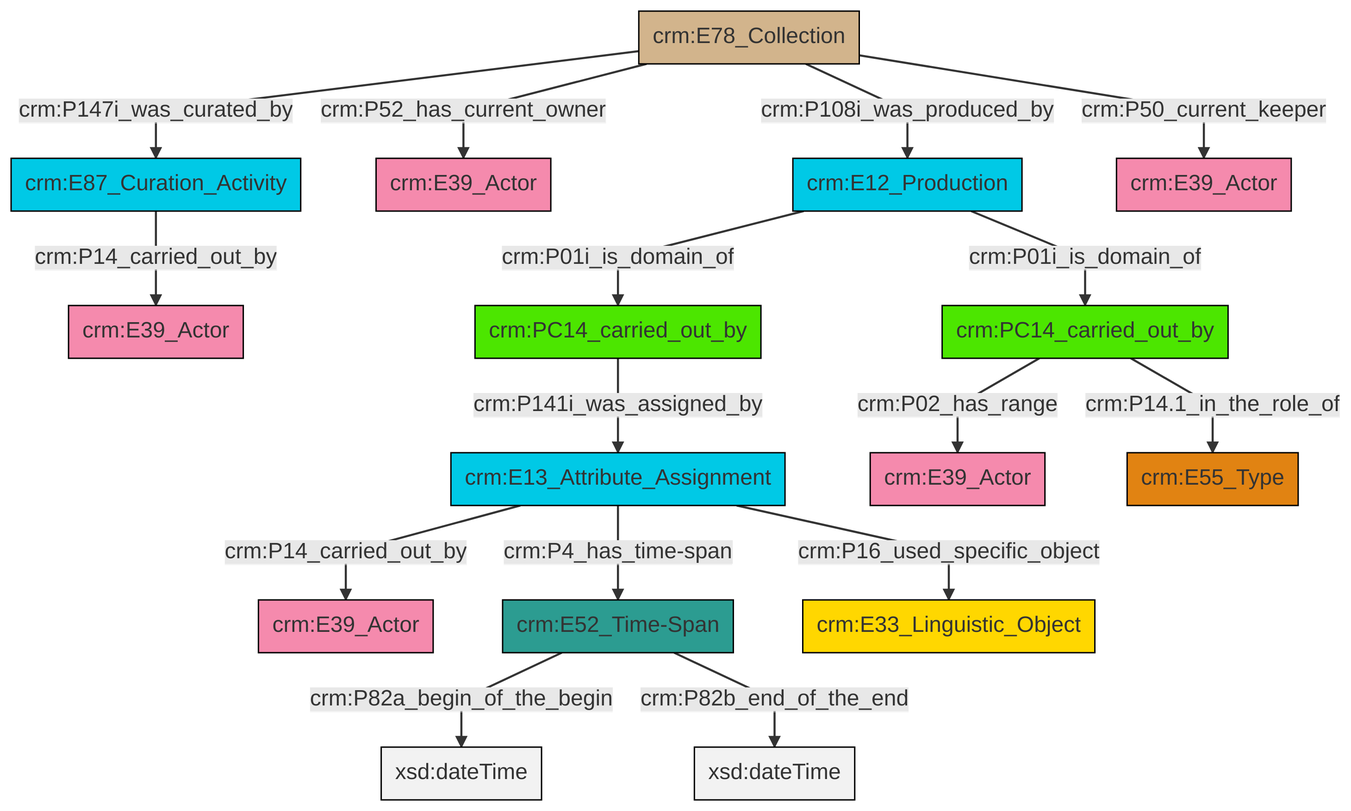
Before: et/archivalCSV/ttl/mmd/png/archival_relation.png, a diagram exported from Mermaid (swiss-art-research-net/docs.swissartresearch). Its source is kept beside it as et/archivalCSV/ttl/mmd/archival_relation.ttl.mmd.
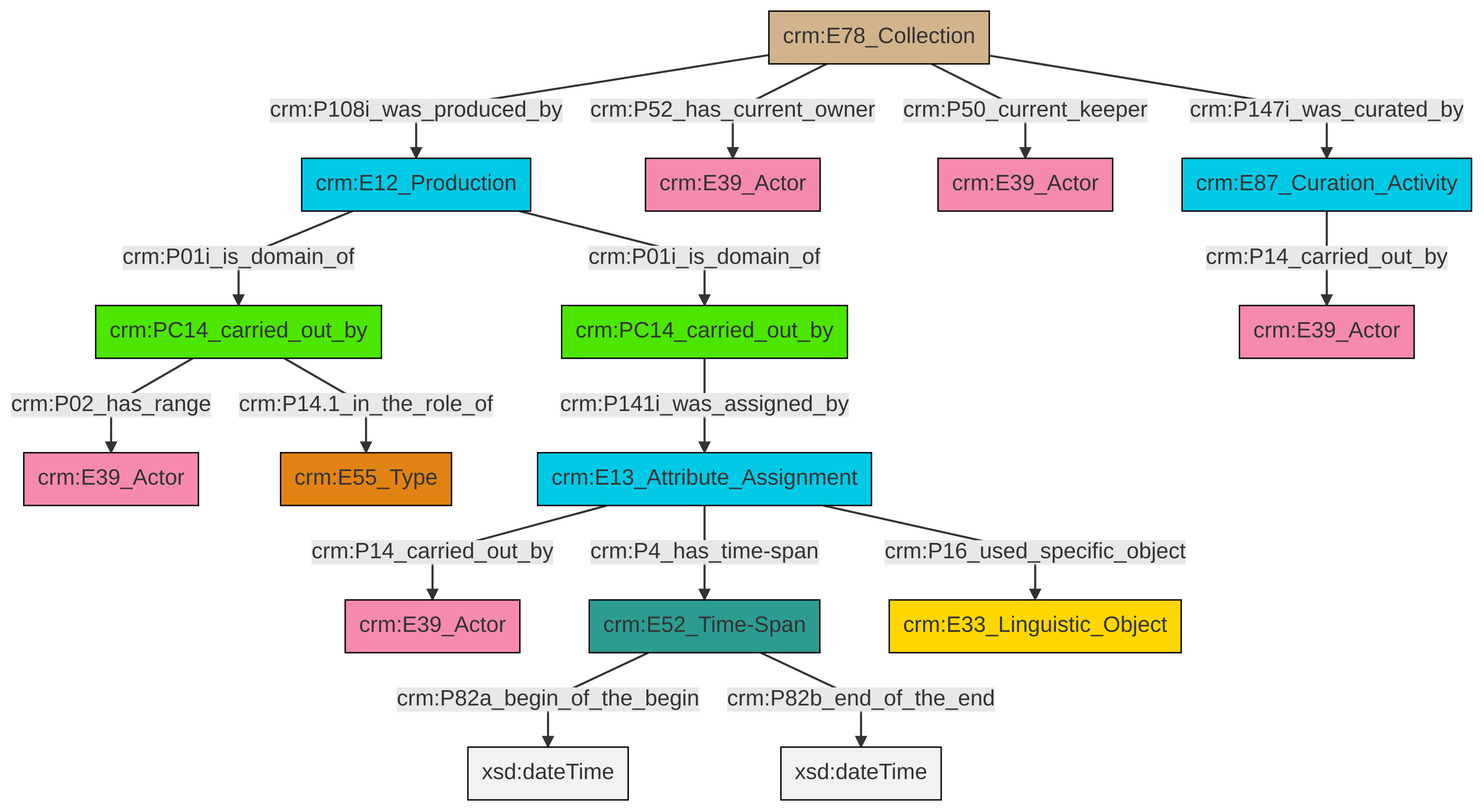
The same diagram one commit later.

What changed in the source:
```diff
@@ -13,18 +13,18 @@
 classDef PC_Classes fill:#4ce600, stroke:#000000;
 classDef Multi fill:#cccccc,stroke:#000000;
 
-2["crm:E13_Attribute_Assignment"]:::Temporal_Entity -->|crm:P14_carried_out_by| 3["crm:E39_Actor"]:::Actor
-11["crm:E12_Production"]:::Temporal_Entity -->|crm:P01i_is_domain_of| 12["crm:PC14_carried_out_by"]:::PC_Classes
-4["crm:E78_Collection"]:::Physical_Thing -->|crm:P147i_was_curated_by| 14["crm:E87_Curation_Activity"]:::Temporal_Entity
-16["crm:E52_Time-Span"]:::Time-Span -->|crm:P82a_begin_of_the_begin| 17[xsd:dateTime]:::Literal
-2["crm:E13_Attribute_Assignment"]:::Temporal_Entity -->|crm:P4_has_time-span| 16["crm:E52_Time-Span"]:::Time-Span
-4["crm:E78_Collection"]:::Physical_Thing -->|crm:P52_has_current_owner| 18["crm:E39_Actor"]:::Actor
-14["crm:E87_Curation_Activity"]:::Temporal_Entity -->|crm:P14_carried_out_by| 6["crm:E39_Actor"]:::Actor
-4["crm:E78_Collection"]:::Physical_Thing -->|crm:P108i_was_produced_by| 11["crm:E12_Production"]:::Temporal_Entity
-2["crm:E13_Attribute_Assignment"]:::Temporal_Entity -->|crm:P16_used_specific_object| 8["crm:E33_Linguistic_Object"]:::Conceptual_Object
-4["crm:E78_Collection"]:::Physical_Thing -->|crm:P50_current_keeper| 25["crm:E39_Actor"]:::Actor
-11["crm:E12_Production"]:::Temporal_Entity -->|crm:P01i_is_domain_of| 0["crm:PC14_carried_out_by"]:::PC_Classes
-16["crm:E52_Time-Span"]:::Time-Span -->|crm:P82b_end_of_the_end| 28[xsd:dateTime]:::Literal
-0["crm:PC14_carried_out_by"]:::PC_Classes -->|crm:P02_has_range| 23["crm:E39_Actor"]:::Actor
-12["crm:PC14_carried_out_by"]:::PC_Classes -->|crm:P141i_was_assigned_by| 2["crm:E13_Attribute_Assignment"]:::Temporal_Entity
-0["crm:PC14_carried_out_by"]:::PC_Classes -->|crm:P14.1_in_the_role_of| 20["crm:E55_Type"]:::Type
+2["crm:E52_Time-Span"]:::Time-Span -->|crm:P82a_begin_of_the_begin| 3[xsd:dateTime]:::Literal
+6["crm:E78_Collection"]:::Physical_Thing -->|crm:P108i_was_produced_by| 7["crm:E12_Production"]:::Temporal_Entity
+2["crm:E52_Time-Span"]:::Time-Span -->|crm:P82b_end_of_the_end| 11[xsd:dateTime]:::Literal
+0["crm:PC14_carried_out_by"]:::PC_Classes -->|crm:P141i_was_assigned_by| 12["crm:E13_Attribute_Assignment"]:::Temporal_Entity
+6["crm:E78_Collection"]:::Physical_Thing -->|crm:P52_has_current_owner| 15["crm:E39_Actor"]:::Actor
+12["crm:E13_Attribute_Assignment"]:::Temporal_Entity -->|crm:P14_carried_out_by| 24["crm:E39_Actor"]:::Actor
+6["crm:E78_Collection"]:::Physical_Thing -->|crm:P50_current_keeper| 4["crm:E39_Actor"]:::Actor
+12["crm:E13_Attribute_Assignment"]:::Temporal_Entity -->|crm:P4_has_time-span| 2["crm:E52_Time-Span"]:::Time-Span
+7["crm:E12_Production"]:::Temporal_Entity -->|crm:P01i_is_domain_of| 18["crm:PC14_carried_out_by"]:::PC_Classes
+18["crm:PC14_carried_out_by"]:::PC_Classes -->|crm:P02_has_range| 20["crm:E39_Actor"]:::Actor
+12["crm:E13_Attribute_Assignment"]:::Temporal_Entity -->|crm:P16_used_specific_object| 22["crm:E33_Linguistic_Object"]:::Conceptual_Object
+7["crm:E12_Production"]:::Temporal_Entity -->|crm:P01i_is_domain_of| 0["crm:PC14_carried_out_by"]:::PC_Classes
+8["crm:E87_Curation_Activity"]:::Temporal_Entity -->|crm:P14_carried_out_by| 16["crm:E39_Actor"]:::Actor
+18["crm:PC14_carried_out_by"]:::PC_Classes -->|crm:P14.1_in_the_role_of| 26["crm:E55_Type"]:::Type
+6["crm:E78_Collection"]:::Physical_Thing -->|crm:P147i_was_curated_by| 8["crm:E87_Curation_Activity"]:::Temporal_Entity
```
